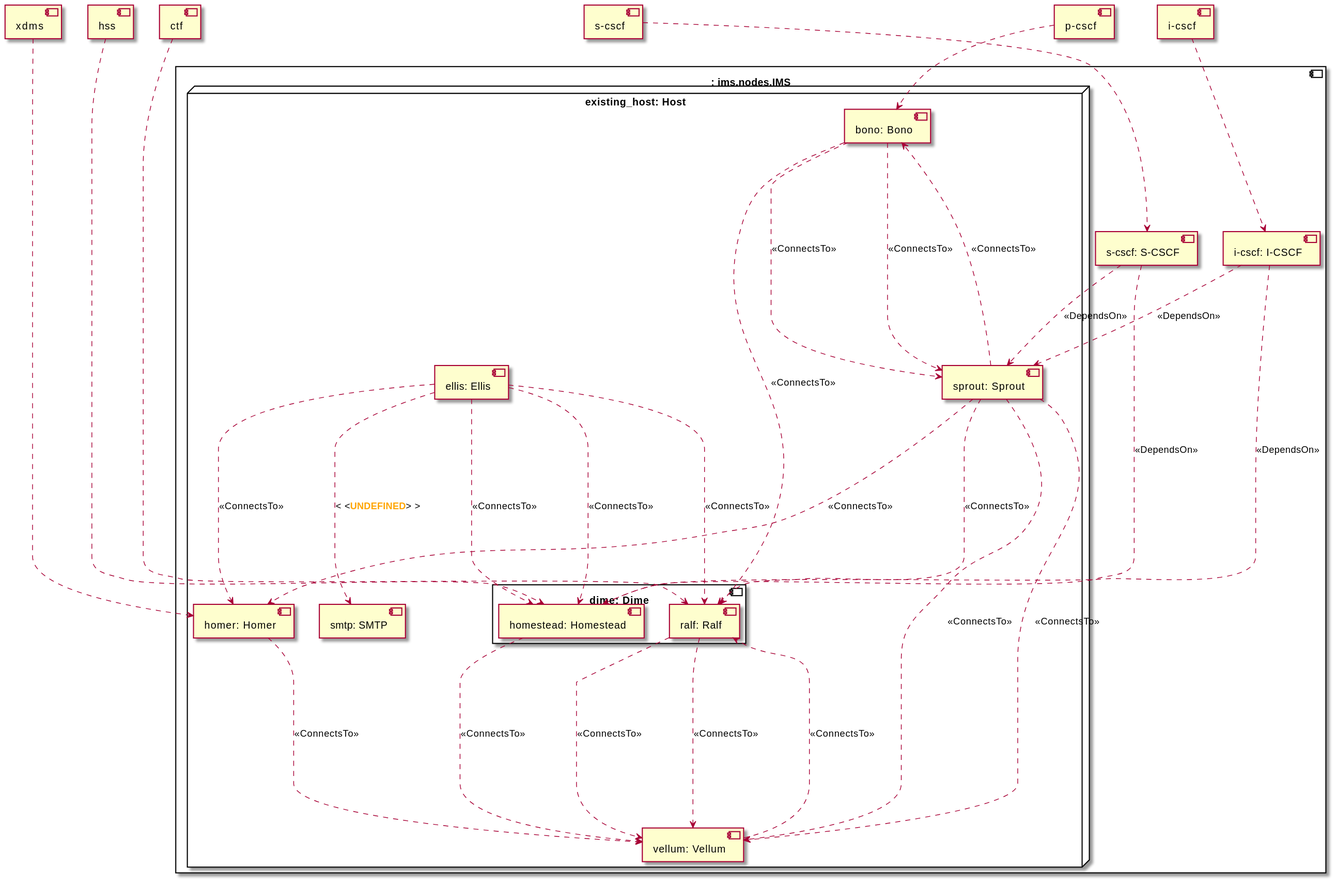
Earlier version of the PlantUML export examples/ariatosca/diagrams/uml2/clearwater-single-existing-1.0-uml2-deployment-diagram.svg (Orange-OpenSource/Cloudnet-TOSCA-toolbox).
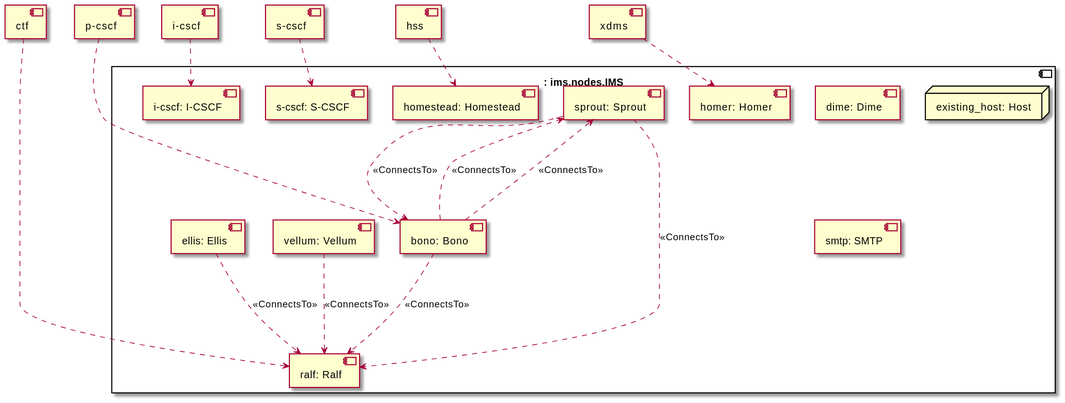
After the commit.

Change to the diagram source:
```diff
@@ -9,42 +9,25 @@
 component "ctf" as substitution_mappings_capability_ctf
 component "xdms" as substitution_mappings_capability_xdms
 component ": ims.nodes.IMS" as substitution_mappings {
-node "existing_host: Host" as node_existing_host {
+component "sprout: Sprout" as node_sprout
+component "dime: Dime" as node_dime
+node "existing_host: Host" as node_existing_host
 component "bono: Bono" as node_bono
-component "sprout: Sprout" as node_sprout
-component "dime: Dime" as node_dime {
 component "homestead: Homestead" as node_homestead
 component "ralf: Ralf" as node_ralf
-}
 component "homer: Homer" as node_homer
 component "vellum: Vellum" as node_vellum
+component "i-cscf: I-CSCF" as node_i_cscf
+component "s-cscf: S-CSCF" as node_s_cscf
 component "ellis: Ellis" as node_ellis
 component "smtp: SMTP" as node_smtp
-}
-component "i-cscf: I-CSCF" as node_i_cscf
-component "s-cscf: S-CSCF" as node_s_cscf
 node_bono ..> node_sprout : <<ConnectsTo>>
 node_bono ..> node_sprout : <<ConnectsTo>>
 node_bono ..> node_ralf : <<ConnectsTo>>
 node_sprout ..> node_ralf : <<ConnectsTo>>
 node_sprout ..> node_bono : <<ConnectsTo>>
-node_sprout ..> node_homer : <<ConnectsTo>>
-node_sprout ..> node_vellum : <<ConnectsTo>>
-node_sprout ..> node_vellum : <<ConnectsTo>>
-node_homestead ..> node_vellum : <<ConnectsTo>>
-node_ralf ..> node_vellum : <<ConnectsTo>>
-node_ralf ..> node_vellum : <<ConnectsTo>>
-node_homer ..> node_vellum : <<ConnectsTo>>
 node_vellum ..> node_ralf : <<ConnectsTo>>
-node_i_cscf ..> node_sprout : <<DependsOn>>
-node_i_cscf ..> node_homestead : <<DependsOn>>
-node_s_cscf ..> node_sprout : <<DependsOn>>
-node_s_cscf ..> node_homestead : <<DependsOn>>
 node_ellis ..> node_ralf : <<ConnectsTo>>
-node_ellis ..> node_homer : <<ConnectsTo>>
-node_ellis ..> node_homestead : <<ConnectsTo>>
-node_ellis ..> node_homestead : <<ConnectsTo>>
-node_ellis ..> node_smtp : <<**<color:orange>UNDEFINED</color>**>>
 }
 substitution_mappings_capability_p_cscf -[hidden]- substitution_mappings
 substitution_mappings_capability_p_cscf ..> node_bono
```
